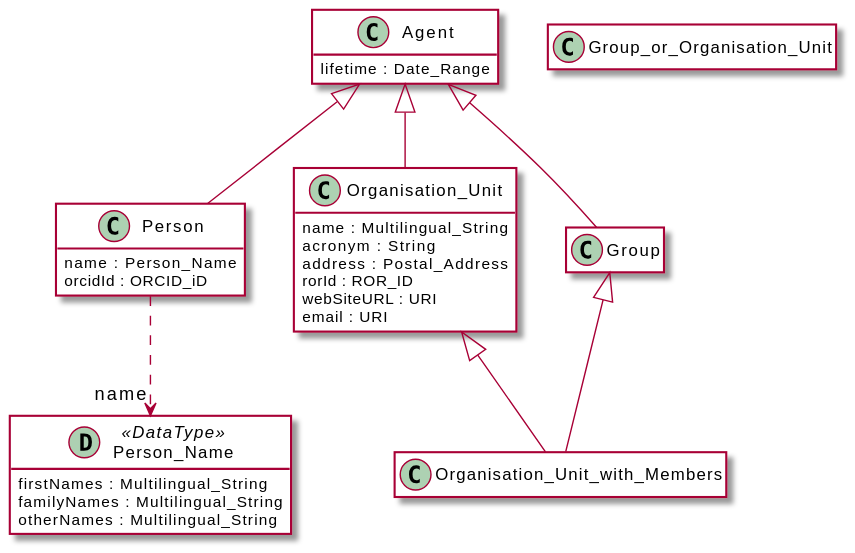
Above: diagrams/agent.svg in EuroCRIS/CERIF-Core (PlantUML), before the change. Its diagram source:
```plantuml
@startuml

    !includesub core.puml!common
    !includesub core.puml!Agent
    !includesub core.puml!Person
    !includesub core.puml!OrgUnit
    !includesub core.puml!Group
    !includesub core.puml!OrgUnitWithMembers

@enduml
```
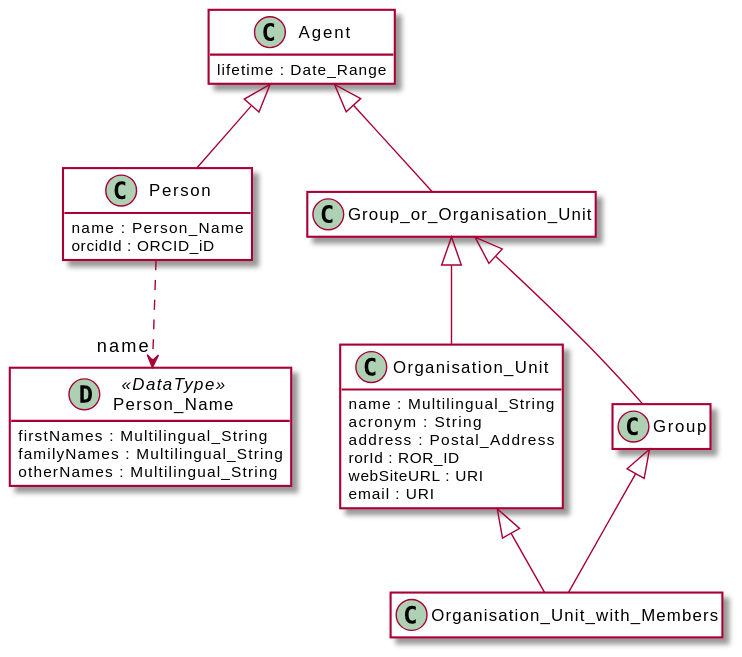
After the change.

Change to the diagram source:
```diff
@@ -3,8 +3,9 @@
     !includesub core.puml!common
     !includesub core.puml!Agent
     !includesub core.puml!Person
-    !includesub core.puml!OrgUnit
+    !includesub core.puml!Group_or_Organisation_Unit
+    !includesub core.puml!Organisation_Unit
     !includesub core.puml!Group
-    !includesub core.puml!OrgUnitWithMembers
+    !includesub core.puml!Organisation_Unit_with_Members
 
 @enduml
```
